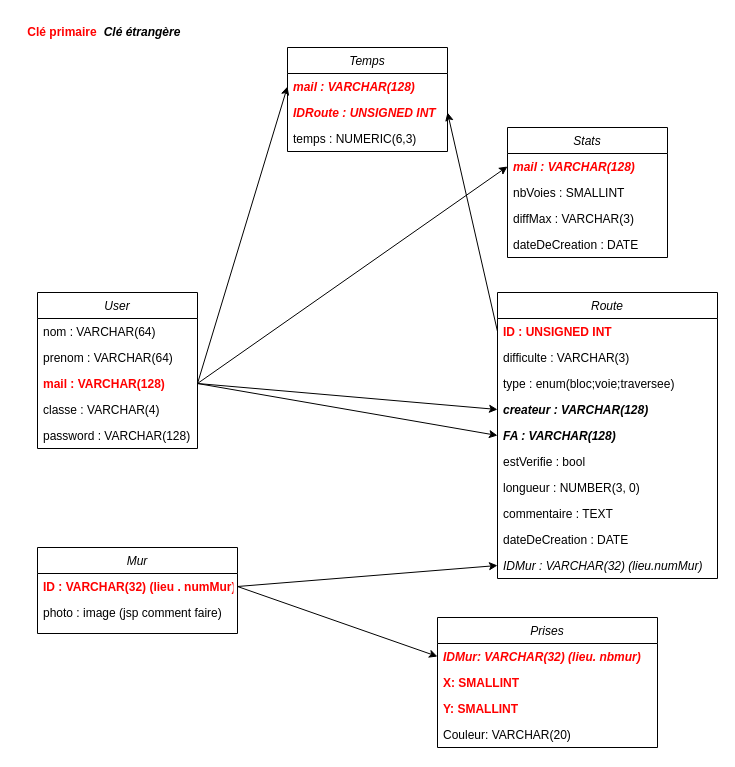
Earlier version of the draw.io diagram diagrammeDB.drawio (Greenmattt/SeekAClimb). Source tidied: cells renumbered, new cells numbered last; positions are measured from the earlier drawing's top-left corner, leaving out a move shared by most shapes. Both pictures are drawn from the tidied source at 100%, with x=0, y=0 at pixel (17, 17).
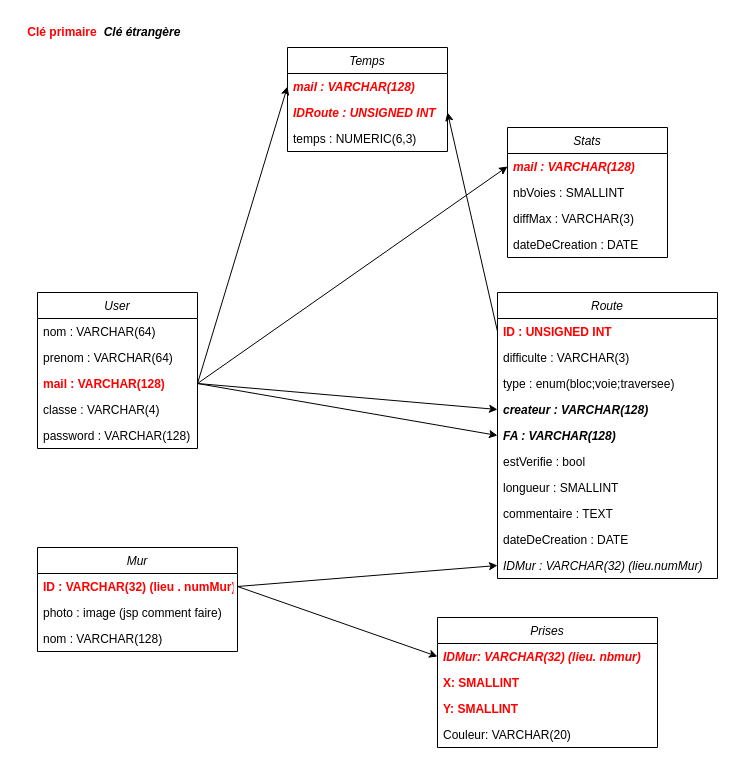
After the change.

Unchanged cells that the change refers to:
```xml
<mxCell id="33" value="Route" style="swimlane;fontStyle=2;align=center;verticalAlign=top;horizontal=1;startSize=26;rounded=0;shadow=0;strokeWidth=1;" parent="1" vertex="1">
  <mxGeometry x="480" y="275" width="220" height="286" as="geometry" />
</mxCell>
```

Diff of the diagram source:
```diff
@@
     <mxCell id="10" value="Mur" style="swimlane;fontStyle=2;align=center;verticalAlign=top;horizontal=1;startSize=26;rounded=0;shadow=0;strokeWidth=1;" parent="1" vertex="1">
-      <mxGeometry x="20" y="530" width="200" height="86" as="geometry" />
+      <mxGeometry x="20" y="530" width="200" height="104" as="geometry" />
     </mxCell>
@@
+    <mxCell id="45" value="nom : VARCHAR(128)" style="text;align=left;verticalAlign=top;spacingLeft=4;spacingRight=4;overflow=hidden;" parent="10" vertex="1">
+      <mxGeometry y="78" width="200" height="26" as="geometry" />
+    </mxCell>
@@
-    <mxCell id="40" value="longueur : NUMBER(3, 0)" style="text;align=left;verticalAlign=top;spacingLeft=4;spacingRight=4;overflow=hidden;" parent="33" vertex="1">
+    <mxCell id="40" value="longueur : SMALLINT" style="text;align=left;verticalAlign=top;spacingLeft=4;spacingRight=4;overflow=hidden;" parent="33" vertex="1">
       <mxGeometry y="182" width="220" height="26" as="geometry" />
     </mxCell>
```
